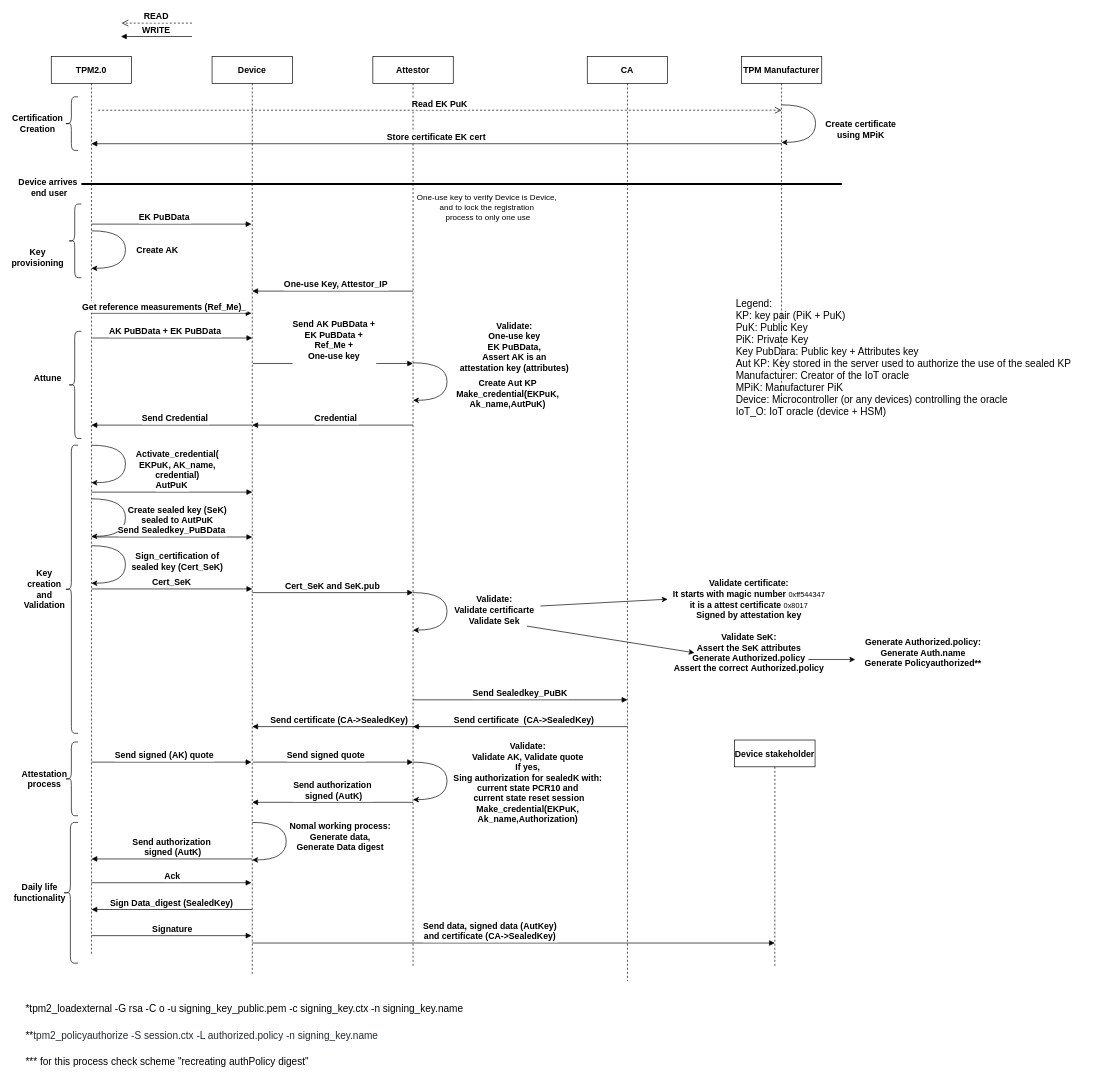
Earlier version of the draw.io diagram server_remote/Scheme.drawio (ernesto418/Remote_attestation_server). Source tidied: cells renumbered, new cells numbered last; positions are measured from the earlier drawing's top-left corner, leaving out a move shared by most shapes. Both pictures are drawn from the tidied source at 67%, with x=0, y=0 at pixel (14, 23).
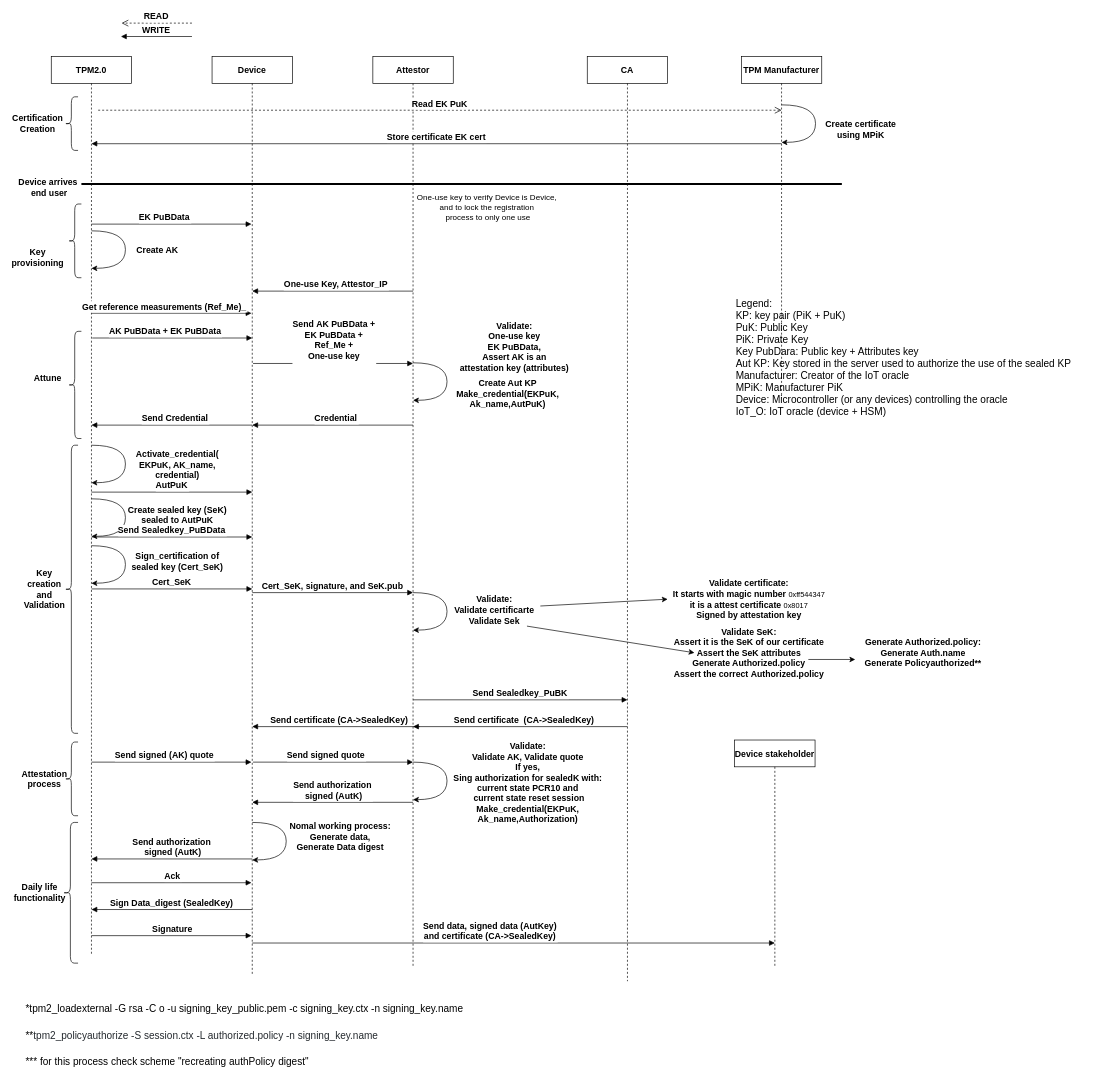
The same page after the edit.

The change refers to these unchanged cells:
```xml
<mxCell id="3" value="Device" style="shape=umlLifeline;perimeter=lifelinePerimeter;rounded=0;shadow=0;strokeWidth=1;fontStyle=1;fontSize=13;" parent="1" vertex="1">
  <mxGeometry x="295" y="50" width="120" height="1370" as="geometry" />
</mxCell>
```

What changed in the source:
```diff
@@
-    <mxCell id="4" value="Cert_SeK and SeK.pub" style="verticalAlign=bottom;endArrow=block;shadow=0;strokeWidth=1;fontStyle=1;fontSize=13;" parent="3" edge="1">
+    <mxCell id="4" value="Cert_SeK, signature, and SeK.pub" style="verticalAlign=bottom;endArrow=block;shadow=0;strokeWidth=1;fontStyle=1;fontSize=13;" parent="3" edge="1">
       <mxGeometry relative="1" as="geometry">
         <mxPoint x="60" y="800" as="sourcePoint" />
         <mxPoint x="300" y="800" as="targetPoint" />
       </mxGeometry>
     </mxCell>
@@
-    <mxCell id="79" value="&lt;span style=&quot;font-size: 13px&quot;&gt;&lt;b&gt;Validate SeK:&lt;br&gt;&lt;/b&gt;&lt;/span&gt;&lt;span style=&quot;font-size: 13px&quot;&gt;&lt;b&gt;Assert the SeK attributes&lt;br&gt;Generate Authorized.policy&lt;br&gt;&lt;/b&gt;&lt;/span&gt;&lt;span style=&quot;font-size: 13px&quot;&gt;&lt;b&gt;Assert the correct&amp;nbsp;&lt;/b&gt;&lt;/span&gt;&lt;b style=&quot;font-size: 13px&quot;&gt;Authorized.policy&lt;/b&gt;&lt;span style=&quot;font-size: 13px&quot;&gt;&lt;b&gt;&lt;br&gt;&lt;/b&gt;&lt;/span&gt;" style="edgeLabel;html=1;align=center;verticalAlign=middle;" parent="1" vertex="1">
+    <mxCell id="79" value="&lt;span style=&quot;font-size: 13px&quot;&gt;&lt;b&gt;Validate SeK:&lt;br&gt;Assert it is the SeK of our certificate&lt;br&gt;&lt;/b&gt;&lt;/span&gt;&lt;span style=&quot;font-size: 13px&quot;&gt;&lt;b&gt;Assert the SeK attributes&lt;br&gt;Generate Authorized.policy&lt;br&gt;&lt;/b&gt;&lt;/span&gt;&lt;span style=&quot;font-size: 13px&quot;&gt;&lt;b&gt;Assert the correct&amp;nbsp;&lt;/b&gt;&lt;/span&gt;&lt;b style=&quot;font-size: 13px&quot;&gt;Authorized.policy&lt;/b&gt;&lt;span style=&quot;font-size: 13px&quot;&gt;&lt;b&gt;&lt;br&gt;&lt;/b&gt;&lt;/span&gt;" style="edgeLabel;html=1;align=center;verticalAlign=middle;" parent="1" vertex="1">
       <mxGeometry x="1095" y="939.8" as="geometry" />
     </mxCell>
```
